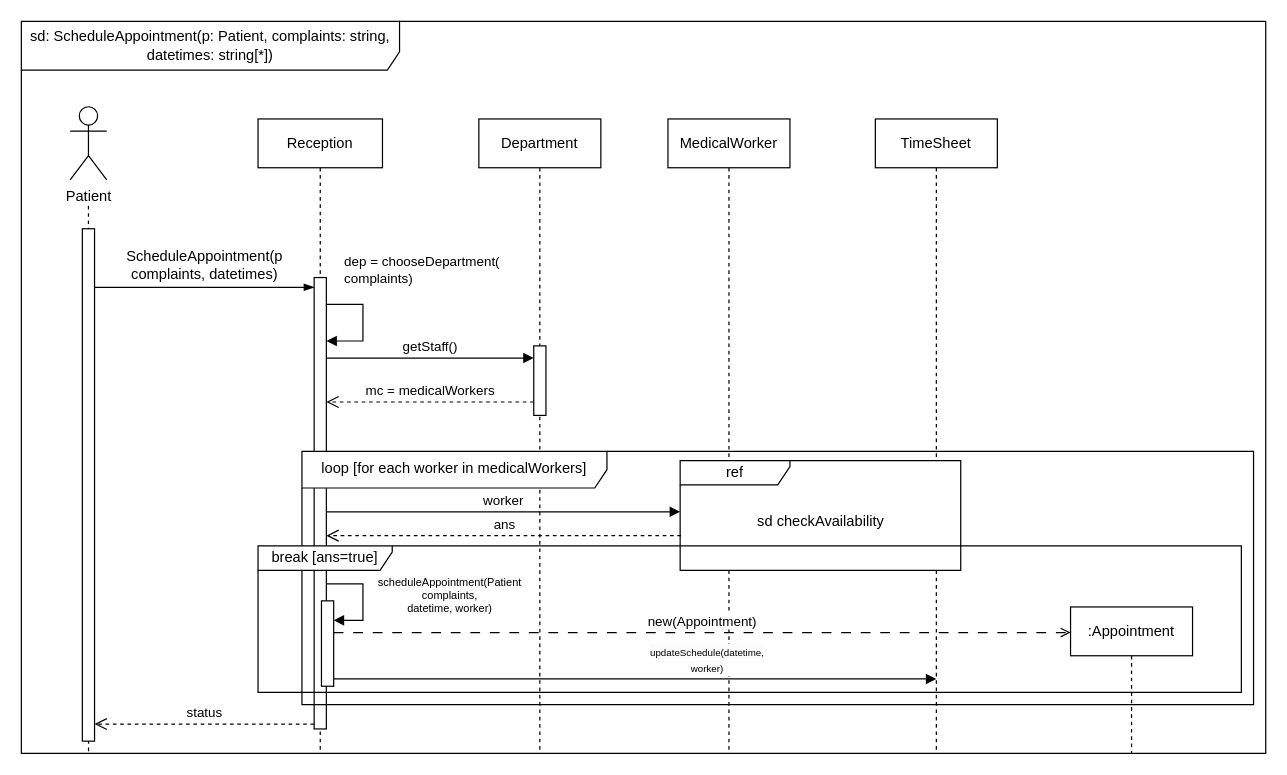
This is page "SD1" (1 of 3) of lab2/.drawio/SD.drawio from nedeadinside/oaoaoaoaoaoaoaoa, a draw.io file, before an edit. Source tidied: cells renumbered, new cells numbered last; positions are measured from the earlier drawing's top-left corner, leaving out a move shared by most shapes. Both pictures are drawn from the tidied source at 122%, with x=0, y=0 at pixel (21, 21).
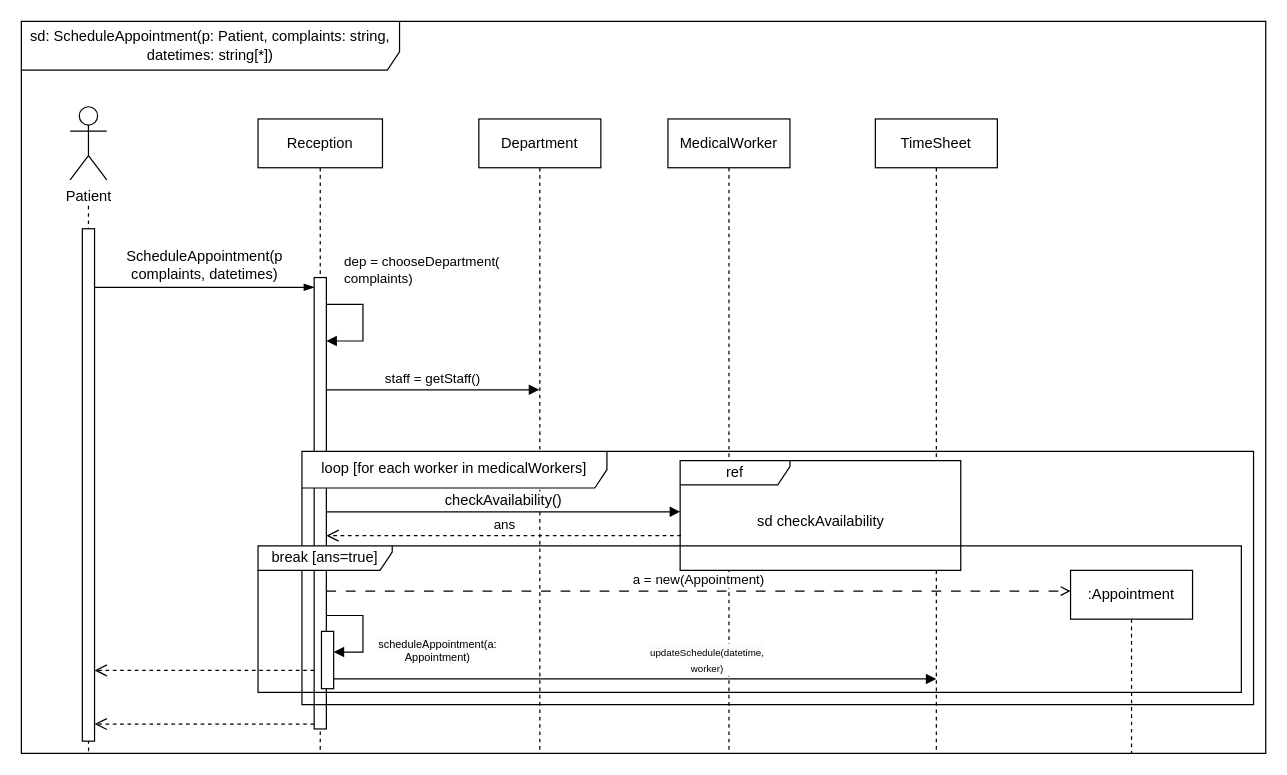
After the change.

Unchanged cells that the change refers to:
```xml
<mxCell id="7" value="Department" style="shape=umlLifeline;perimeter=lifelinePerimeter;whiteSpace=wrap;html=1;outlineConnect=0;portConstraint=eastwest;newEdgeStyle={&quot;curved&quot;:0,&quot;rounded&quot;:0};" parent="1" vertex="1">
  <mxGeometry x="375" y="80" width="100" height="520" as="geometry" />
</mxCell>
<mxCell id="11" style="html=1;points=[[0,0,0,0,5],[0,1,0,0,-5],[1,0,0,0,5],[1,1,0,0,-5]];perimeter=orthogonalPerimeter;outlineConnect=0;targetShapes=umlLifeline;portConstraint=eastwest;newEdgeStyle={&quot;curved&quot;:0,&quot;rounded&quot;:0};" parent="1" vertex="1">
  <mxGeometry x="240" y="210" width="10" height="370" as="geometry" />
</mxCell>
```

Change to the diagram source:
```diff
@@
-    <mxCell id="8" style="html=1;perimeter=orthogonalPerimeter;targetShapes=umlLifeline;newEdgeStyle={&quot;curved&quot;:0,&quot;rounded&quot;:0};" parent="7" vertex="1">
-      <mxGeometry x="45" y="186" width="10" height="57" as="geometry" />
-    </mxCell>
@@
-    <mxCell id="15" value="getStaff()" style="html=1;verticalAlign=bottom;endArrow=block;curved=0;rounded=0;" parent="1" edge="1" source="11">
+    <mxCell id="15" value="staff = getStaff()" style="html=1;verticalAlign=bottom;endArrow=block;curved=0;rounded=0;" parent="1" edge="1" target="7">
       <mxGeometry relative="1" as="geometry">
-        <mxPoint x="420" y="276" as="targetPoint" />
+        <mxPoint x="250" y="302" as="sourcePoint" />
       </mxGeometry>
     </mxCell>
-    <mxCell id="16" value="mc = medicalWorkers" style="html=1;verticalAlign=bottom;endArrow=open;dashed=1;endSize=8;curved=0;rounded=0;" parent="1" edge="1" target="11">
-      <mxGeometry relative="1" as="geometry">
-        <mxPoint x="420" y="312" as="sourcePoint" />
-      </mxGeometry>
-    </mxCell>
@@
-    <mxCell id="19" value="status" style="html=1;verticalAlign=bottom;endArrow=open;dashed=1;endSize=8;curved=0;rounded=0;" parent="1" edge="1">
+    <mxCell id="19" style="html=1;verticalAlign=bottom;endArrow=open;dashed=1;endSize=8;curved=0;rounded=0;" parent="1" edge="1">
       <mxGeometry relative="1" as="geometry">
         <mxPoint x="240" y="576" as="sourcePoint" />
         <mxPoint x="60" y="576" as="targetPoint" />
         <Array as="points">
           <mxPoint x="170" y="576" />
           <mxPoint x="100" y="576" />
         </Array>
       </mxGeometry>
     </mxCell>
@@
-    <mxCell id="21" value="worker" style="html=1;verticalAlign=bottom;endArrow=block;curved=0;rounded=0;" parent="1" edge="1">
+    <mxCell id="21" value="&lt;span style=&quot;font-size: 12px; background-color: rgb(251, 251, 251);&quot;&gt;checkAvailability()&lt;/span&gt;" style="html=1;verticalAlign=bottom;endArrow=block;curved=0;rounded=0;" parent="1" edge="1">
       <mxGeometry relative="1" as="geometry">
         <mxPoint x="250" y="402" as="sourcePoint" />
         <mxPoint x="540" y="402" as="targetPoint" />
       </mxGeometry>
     </mxCell>
@@
     <mxCell id="23" style="html=1;points=[[0,0,0,0,5],[0,1,0,0,-5],[1,0,0,0,5],[1,1,0,0,-5]];perimeter=orthogonalPerimeter;outlineConnect=0;targetShapes=umlLifeline;portConstraint=eastwest;newEdgeStyle={&quot;curved&quot;:0,&quot;rounded&quot;:0};" parent="1" vertex="1">
-      <mxGeometry x="246" y="475" width="10" height="70" as="geometry" />
+      <mxGeometry x="246" y="500" width="10" height="47" as="geometry" />
     </mxCell>
-    <mxCell id="24" style="html=1;align=left;spacingLeft=2;endArrow=block;rounded=0;edgeStyle=orthogonalEdgeStyle;curved=0;rounded=0;" parent="1" edge="1" target="23">
+    <mxCell id="24" style="html=1;align=left;spacingLeft=2;endArrow=block;rounded=0;edgeStyle=orthogonalEdgeStyle;curved=0;rounded=0;" parent="1" edge="1">
       <mxGeometry relative="1" as="geometry">
-        <mxPoint x="250" y="461" as="sourcePoint" />
+        <mxPoint x="250" y="487" as="sourcePoint" />
+        <mxPoint x="256" y="517" as="targetPoint" />
         <Array as="points">
-          <mxPoint x="280" y="491" />
+          <mxPoint x="280" y="517" />
         </Array>
       </mxGeometry>
     </mxCell>
-    <mxCell id="25" value="&lt;span style=&quot;text-align: left; text-wrap-mode: wrap; background-color: rgb(251, 251, 251); font-size: 9px;&quot;&gt;&lt;font style=&quot;font-size: 9px;&quot;&gt;scheduleAppointment(Patient&lt;/font&gt;&lt;/span&gt;&lt;div style=&quot;font-size: 9px;&quot;&gt;&lt;span style=&quot;text-align: left; text-wrap-mode: wrap; background-color: rgb(251, 251, 251); font-size: 9px;&quot;&gt;&lt;font style=&quot;font-size: 9px;&quot;&gt;complaints,&lt;/font&gt;&lt;/span&gt;&lt;/div&gt;&lt;div style=&quot;font-size: 9px;&quot;&gt;&lt;span style=&quot;text-align: left; text-wrap-mode: wrap; background-color: rgb(251, 251, 251); font-size: 9px;&quot;&gt;&lt;font style=&quot;font-size: 9px;&quot;&gt;datetime, worker)&lt;/font&gt;&lt;/span&gt;&lt;/div&gt;" style="edgeLabel;html=1;align=center;verticalAlign=middle;fontSize=9;" parent="24" vertex="1">
+    <mxCell id="25" value="&lt;span style=&quot;text-align: left; text-wrap-mode: wrap; background-color: rgb(251, 251, 251); font-size: 9px;&quot;&gt;&lt;font style=&quot;font-size: 9px;&quot;&gt;scheduleAppointment(a: Appointment&lt;/font&gt;&lt;/span&gt;&lt;span style=&quot;background-color: rgb(251, 251, 251); text-align: left; text-wrap-mode: wrap;&quot;&gt;)&lt;/span&gt;" style="edgeLabel;html=1;align=center;verticalAlign=middle;fontSize=9;" parent="24" vertex="1">
       <mxGeometry x="0.1" y="-1" relative="1" as="geometry">
-        <mxPoint x="71" y="-7" as="offset" />
+        <mxPoint x="61" y="12" as="offset" />
       </mxGeometry>
     </mxCell>
@@
     <mxCell id="28" value=":Appointment" style="shape=umlLifeline;perimeter=lifelinePerimeter;whiteSpace=wrap;html=1;newEdgeStyle={&quot;curved&quot;:0,&quot;rounded&quot;:0};" parent="1" vertex="1">
-      <mxGeometry x="860" y="480" width="100" height="120" as="geometry" />
+      <mxGeometry x="860" y="450" width="100" height="150" as="geometry" />
     </mxCell>
-    <mxCell id="29" value="new(Appointment)" style="html=1;verticalAlign=bottom;endArrow=open;curved=0;rounded=0;dashed=1;dashPattern=8 8;endFill=0;" parent="1" edge="1">
+    <mxCell id="29" value="a = new(Appointment)" style="html=1;verticalAlign=bottom;endArrow=open;curved=0;rounded=0;dashed=1;dashPattern=8 8;endFill=0;" parent="1" edge="1">
       <mxGeometry relative="1" as="geometry">
-        <mxPoint x="256" y="501" as="sourcePoint" />
-        <mxPoint x="860" y="501" as="targetPoint" />
+        <mxPoint x="250" y="467" as="sourcePoint" />
+        <mxPoint x="860" y="467" as="targetPoint" />
       </mxGeometry>
     </mxCell>
+    <mxCell id="30" style="html=1;verticalAlign=bottom;endArrow=open;dashed=1;endSize=8;curved=0;rounded=0;" parent="1" edge="1">
+      <mxGeometry relative="1" as="geometry">
+        <mxPoint x="240" y="532" as="sourcePoint" />
+        <mxPoint x="60" y="532" as="targetPoint" />
+      </mxGeometry>
+    </mxCell>
```
